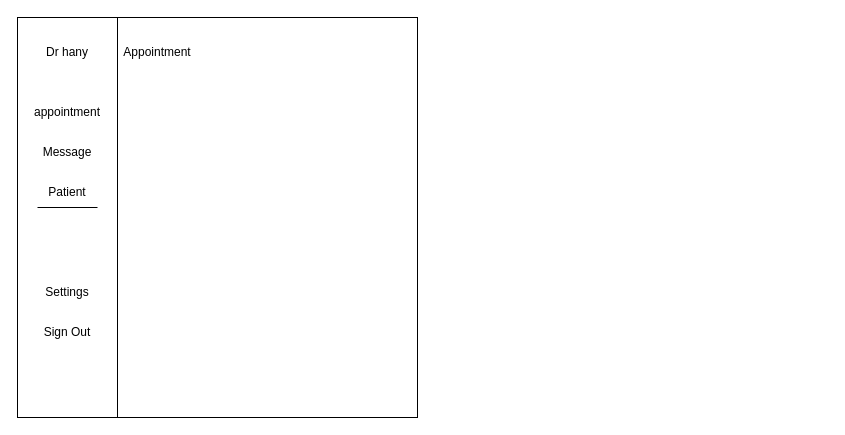
This is src/components/admin/dashboard/design.drawio from mahdtomar/dr.hany-smile-verse, a draw.io file, before an edit. Source tidied: cells renumbered, new cells numbered last; positions are measured from the earlier drawing's top-left corner, leaving out a move shared by most shapes. Both pictures are drawn from the tidied source at 100%, with x=0, y=0 at pixel (17, 17).
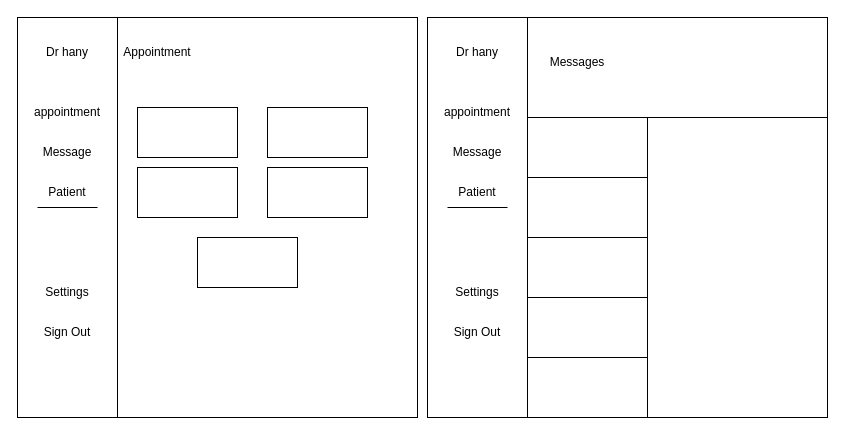
The same diagram, later.

Commit message (it also covers changes not shown here):
messages_handle_users_icons_td

The edit, as a diff of the source:
```diff
@@
+    <mxCell id="12" style="rounded=0;whiteSpace=wrap;html=1;" parent="1" vertex="1">
+      <mxGeometry x="120" y="90" width="100" height="50" as="geometry" />
+    </mxCell>
+    <mxCell id="13" style="rounded=0;whiteSpace=wrap;html=1;" parent="1" vertex="1">
+      <mxGeometry x="120" y="150" width="100" height="50" as="geometry" />
+    </mxCell>
+    <mxCell id="14" style="rounded=0;whiteSpace=wrap;html=1;" parent="1" vertex="1">
+      <mxGeometry x="250" y="90" width="100" height="50" as="geometry" />
+    </mxCell>
+    <mxCell id="15" style="rounded=0;whiteSpace=wrap;html=1;" parent="1" vertex="1">
+      <mxGeometry x="250" y="150" width="100" height="50" as="geometry" />
+    </mxCell>
+    <mxCell id="16" style="rounded=0;whiteSpace=wrap;html=1;" parent="1" vertex="1">
+      <mxGeometry x="180" y="220" width="100" height="50" as="geometry" />
+    </mxCell>
+    <mxCell id="17" style="whiteSpace=wrap;html=1;" parent="1" vertex="1">
+      <mxGeometry x="410" width="400" height="400" as="geometry" />
+    </mxCell>
+    <mxCell id="18" style="rounded=0;whiteSpace=wrap;html=1;direction=south;" parent="1" vertex="1">
+      <mxGeometry x="410" width="100" height="400" as="geometry" />
+    </mxCell>
+    <mxCell id="19" value="Dr hany" style="text;html=1;strokeColor=none;fillColor=none;align=center;verticalAlign=middle;whiteSpace=wrap;rounded=0;" parent="1" vertex="1">
+      <mxGeometry x="430" y="20" width="60" height="30" as="geometry" />
+    </mxCell>
+    <mxCell id="20" value="appointment" style="text;html=1;strokeColor=none;fillColor=none;align=center;verticalAlign=middle;whiteSpace=wrap;rounded=0;" parent="1" vertex="1">
+      <mxGeometry x="430" y="80" width="60" height="30" as="geometry" />
+    </mxCell>
+    <mxCell id="21" value="Message" style="text;html=1;strokeColor=none;fillColor=none;align=center;verticalAlign=middle;whiteSpace=wrap;rounded=0;" parent="1" vertex="1">
+      <mxGeometry x="430" y="120" width="60" height="30" as="geometry" />
+    </mxCell>
+    <mxCell id="22" value="Patient" style="text;html=1;strokeColor=none;fillColor=none;align=center;verticalAlign=middle;whiteSpace=wrap;rounded=0;" parent="1" vertex="1">
+      <mxGeometry x="430" y="160" width="60" height="30" as="geometry" />
+    </mxCell>
+    <mxCell id="23" style="endArrow=none;html=1;exitX=0;exitY=1;exitDx=0;exitDy=0;entryX=1;entryY=1;entryDx=0;entryDy=0;" parent="1" edge="1" source="22" target="22">
+      <mxGeometry relative="1" as="geometry" />
+    </mxCell>
+    <mxCell id="24" value="Settings" style="text;html=1;strokeColor=none;fillColor=none;align=center;verticalAlign=middle;whiteSpace=wrap;rounded=0;" parent="1" vertex="1">
+      <mxGeometry x="430" y="260" width="60" height="30" as="geometry" />
+    </mxCell>
+    <mxCell id="25" value="Sign Out" style="text;html=1;strokeColor=none;fillColor=none;align=center;verticalAlign=middle;whiteSpace=wrap;rounded=0;" parent="1" vertex="1">
+      <mxGeometry x="430" y="300" width="60" height="30" as="geometry" />
+    </mxCell>
+    <mxCell id="26" value="Messages" style="text;html=1;strokeColor=none;fillColor=none;align=center;verticalAlign=middle;whiteSpace=wrap;rounded=0;" parent="1" vertex="1">
+      <mxGeometry x="530" y="30" width="60" height="30" as="geometry" />
+    </mxCell>
+    <mxCell id="27" style="rounded=0;whiteSpace=wrap;html=1;" parent="1" vertex="1">
+      <mxGeometry x="510" y="160" width="120" height="60" as="geometry" />
+    </mxCell>
+    <mxCell id="28" style="rounded=0;whiteSpace=wrap;html=1;" parent="1" vertex="1">
+      <mxGeometry x="510" y="220" width="120" height="60" as="geometry" />
+    </mxCell>
+    <mxCell id="29" style="rounded=0;whiteSpace=wrap;html=1;" parent="1" vertex="1">
+      <mxGeometry x="510" y="280" width="120" height="60" as="geometry" />
+    </mxCell>
+    <mxCell id="30" style="rounded=0;whiteSpace=wrap;html=1;" parent="1" vertex="1">
+      <mxGeometry x="510" y="340" width="120" height="60" as="geometry" />
+    </mxCell>
+    <mxCell id="31" style="rounded=0;whiteSpace=wrap;html=1;" parent="1" vertex="1">
+      <mxGeometry x="510" y="100" width="120" height="60" as="geometry" />
+    </mxCell>
+    <mxCell id="32" style="rounded=0;whiteSpace=wrap;html=1;direction=south;" parent="1" vertex="1">
+      <mxGeometry x="630" y="100" width="180" height="300" as="geometry" />
+    </mxCell>
```
